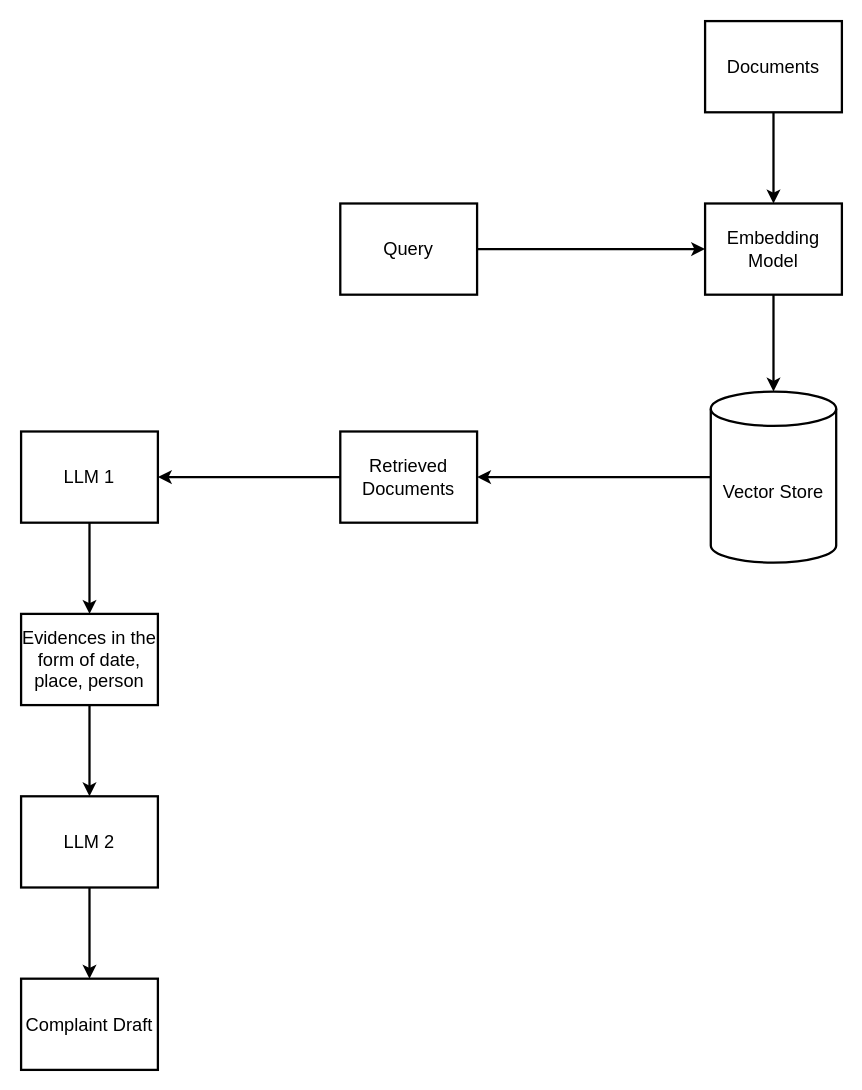
mzndnes/resume keeps this draw.io diagram as FOIAger details.drawio. Above is the earlier version. Source tidied: cells renumbered, new cells numbered last; positions are measured from the earlier drawing's top-left corner, leaving out a move shared by most shapes. Both pictures are drawn from the tidied source at 114%, with x=0, y=0 at pixel (21, 21).
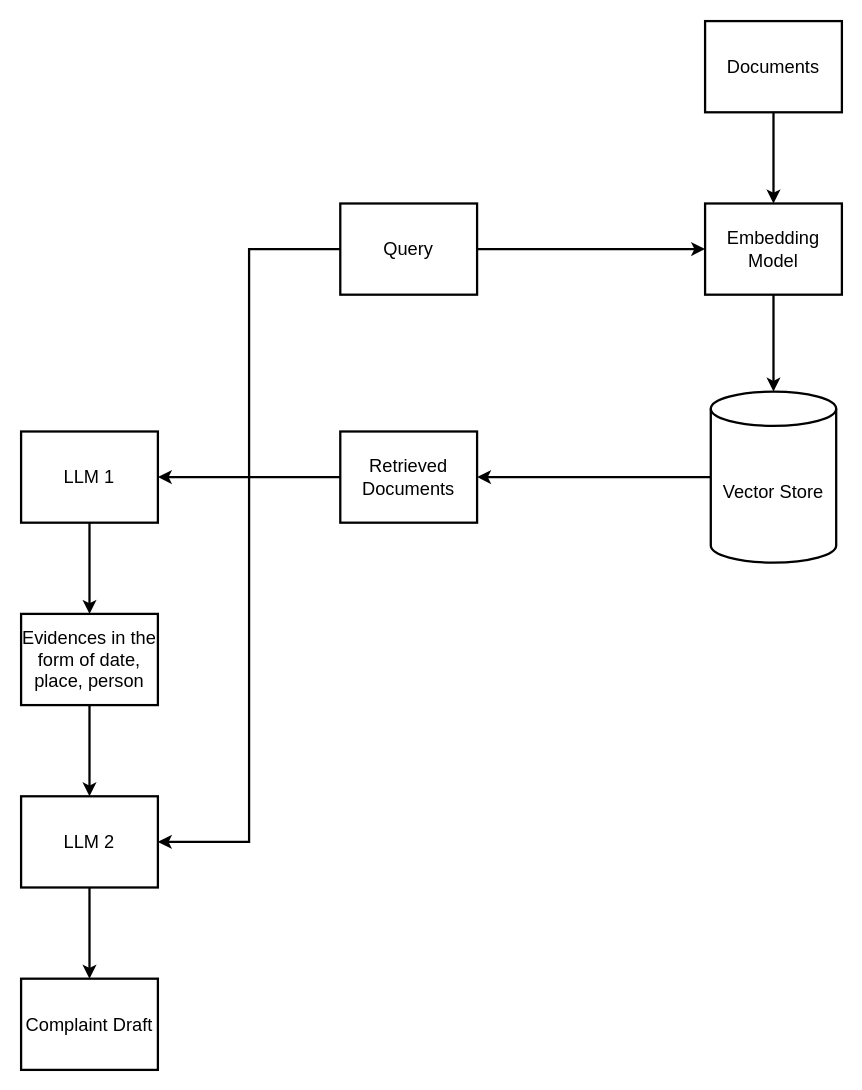
The same page after the edit.

Diff of the diagram source:
```diff
@@
 <mxGraphModel>
   <root>
     <mxCell id="0" />
     <mxCell id="1" parent="0" />
     <mxCell id="2" style="edgeStyle=orthogonalEdgeStyle;rounded=0;jettySize=auto;html=1;strokeWidth=2;" parent="1" edge="1" source="3" target="5">
       <mxGeometry relative="1" as="geometry" />
     </mxCell>
     <mxCell id="3" value="Documents" style="rounded=0;whiteSpace=wrap;html=1;strokeWidth=2;fontSize=16;" parent="1" vertex="1">
       <mxGeometry x="600" width="120" height="80" as="geometry" />
     </mxCell>
     <mxCell id="4" style="edgeStyle=orthogonalEdgeStyle;rounded=0;jettySize=auto;html=1;strokeWidth=2;" parent="1" edge="1" source="5" target="11">
       <mxGeometry relative="1" as="geometry" />
     </mxCell>
     <mxCell id="5" value="Embedding Model" style="rounded=0;whiteSpace=wrap;html=1;strokeWidth=2;fontSize=16;" parent="1" vertex="1">
       <mxGeometry x="600" y="160" width="120" height="80" as="geometry" />
     </mxCell>
     <mxCell id="6" style="edgeStyle=orthogonalEdgeStyle;rounded=0;jettySize=auto;html=1;entryX=0;entryY=0.5;entryDx=0;entryDy=0;strokeWidth=2;" parent="1" edge="1" source="7" target="5">
       <mxGeometry relative="1" as="geometry" />
     </mxCell>
+    <mxCell id="19" style="edgeStyle=orthogonalEdgeStyle;rounded=0;jettySize=auto;html=1;entryX=1;entryY=0.5;entryDx=0;entryDy=0;strokeWidth=2;" parent="1" edge="1" source="7" target="17">
+      <mxGeometry relative="1" as="geometry" />
+    </mxCell>
     <mxCell id="7" value="Query" style="rounded=0;whiteSpace=wrap;html=1;strokeWidth=2;fontSize=16;" parent="1" vertex="1">
       <mxGeometry x="280" y="160" width="120" height="80" as="geometry" />
     </mxCell>
     <mxCell id="8" style="edgeStyle=orthogonalEdgeStyle;rounded=0;jettySize=auto;html=1;entryX=0.5;entryY=0;entryDx=0;entryDy=0;strokeWidth=2;" parent="1" edge="1" source="9" target="15">
       <mxGeometry relative="1" as="geometry" />
     </mxCell>
     <mxCell id="9" value="LLM 1" style="rounded=0;whiteSpace=wrap;html=1;strokeWidth=2;fontSize=16;" parent="1" vertex="1">
       <mxGeometry y="360" width="120" height="80" as="geometry" />
     </mxCell>
     <mxCell id="10" style="edgeStyle=orthogonalEdgeStyle;rounded=0;jettySize=auto;html=1;entryX=1;entryY=0.5;entryDx=0;entryDy=0;strokeWidth=2;" parent="1" edge="1" source="11" target="13">
       <mxGeometry relative="1" as="geometry" />
     </mxCell>
     <mxCell id="11" value="Vector Store" style="shape=cylinder3;whiteSpace=wrap;html=1;boundedLbl=1;backgroundOutline=1;size=15;fontSize=16;strokeWidth=2;" parent="1" vertex="1">
       <mxGeometry x="605" y="325" width="110" height="150" as="geometry" />
     </mxCell>
     <mxCell id="12" style="edgeStyle=orthogonalEdgeStyle;rounded=0;jettySize=auto;html=1;entryX=1;entryY=0.5;entryDx=0;entryDy=0;strokeWidth=2;" parent="1" edge="1" source="13" target="9">
       <mxGeometry relative="1" as="geometry" />
     </mxCell>
     <mxCell id="13" value="Retrieved Documents" style="rounded=0;whiteSpace=wrap;html=1;strokeWidth=2;fontSize=16;" parent="1" vertex="1">
       <mxGeometry x="280" y="360" width="120" height="80" as="geometry" />
     </mxCell>
     <mxCell id="14" style="edgeStyle=orthogonalEdgeStyle;rounded=0;jettySize=auto;html=1;entryX=0.5;entryY=0;entryDx=0;entryDy=0;strokeWidth=2;" parent="1" edge="1" source="15" target="17">
       <mxGeometry relative="1" as="geometry" />
     </mxCell>
     <mxCell id="15" value="Evidences in the form of date, place, person" style="rounded=0;whiteSpace=wrap;html=1;strokeWidth=2;fontSize=16;" parent="1" vertex="1">
       <mxGeometry y="520" width="120" height="80" as="geometry" />
     </mxCell>
     <mxCell id="16" style="edgeStyle=orthogonalEdgeStyle;rounded=0;jettySize=auto;html=1;entryX=0.5;entryY=0;entryDx=0;entryDy=0;strokeWidth=2;" parent="1" edge="1" source="17" target="18">
       <mxGeometry relative="1" as="geometry" />
     </mxCell>
     <mxCell id="17" value="LLM 2" style="rounded=0;whiteSpace=wrap;html=1;strokeWidth=2;fontSize=16;" parent="1" vertex="1">
       <mxGeometry y="680" width="120" height="80" as="geometry" />
     </mxCell>
     <mxCell id="18" value="Complaint Draft" style="rounded=0;whiteSpace=wrap;html=1;strokeWidth=2;fontSize=16;" parent="1" vertex="1">
       <mxGeometry y="840" width="120" height="80" as="geometry" />
     </mxCell>
   </root>
 </mxGraphModel>
```
